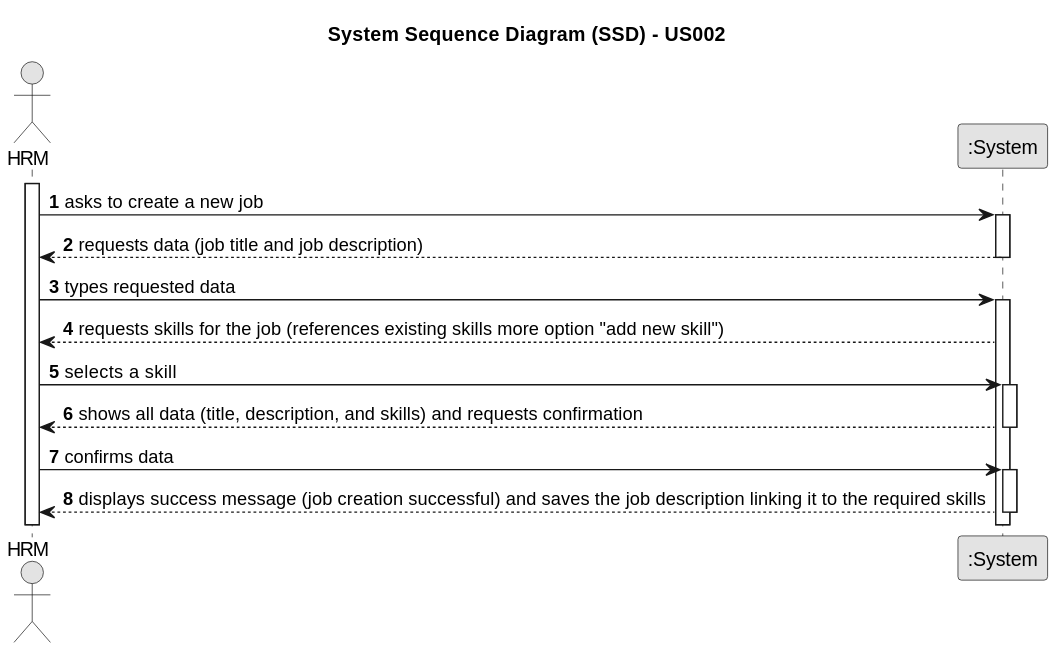
ricardomm7/leaflink keeps this PlantUML diagram as docs/sprintA/us002/01.requirements-engineering/svg/us002-system-sequence-diagram-alternative-one.svg. Above is the earlier version.
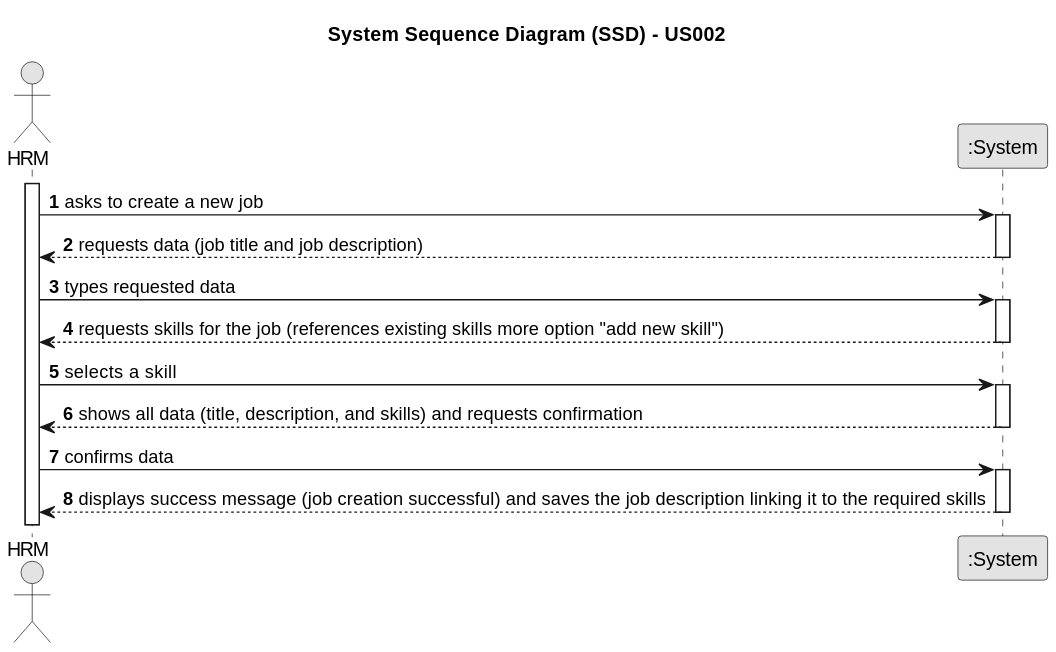
Above is the later version.

Diff of the diagram source:
```diff
@@ -22,6 +22,7 @@
     activate System
 
         System --> Employee : requests skills for the job (references existing skills more option "add new skill")
+    deactivate System
 
     Employee -> System : selects a skill
     activate System
```
